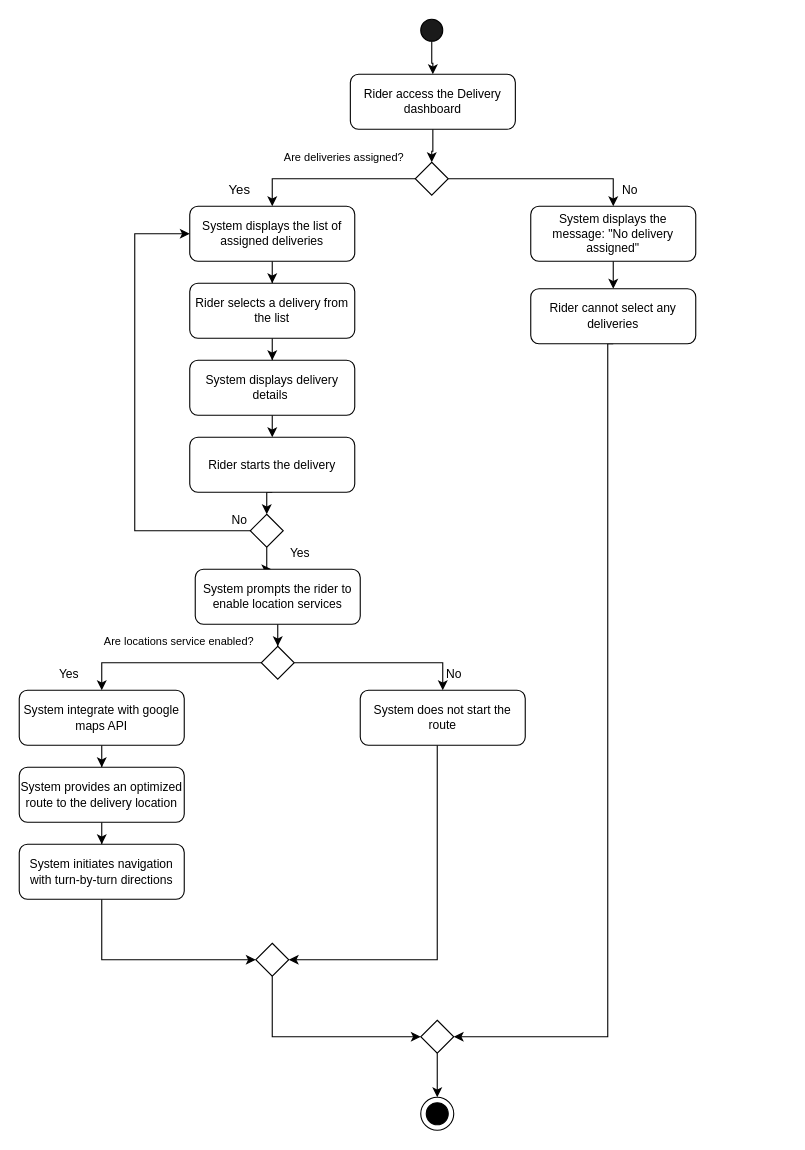
This is Activity Diagram UC-1.drawio from IamSaqibJaved/Diagrams, a draw.io file, before an edit. Source tidied: cells renumbered, new cells numbered last; positions are measured from the earlier drawing's top-left corner, leaving out a move shared by most shapes. Both pictures are drawn from the tidied source at 110%, with x=0, y=0 at pixel (19, 19).
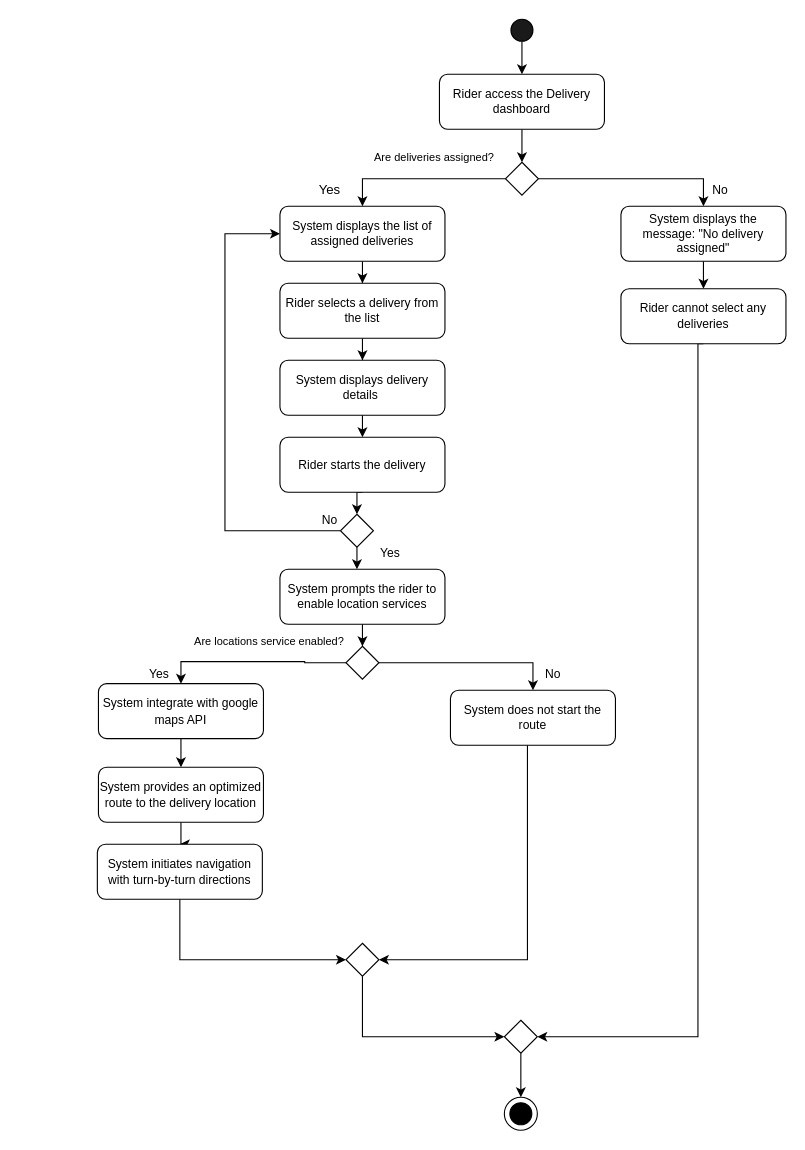
After the change.

What changed in the source:
```diff
@@
+    <mxCell id="51" style="group;" parent="1" vertex="1">
+      <mxGeometry x="71" width="626" height="1010" as="geometry" />
+    </mxCell>
-    <mxCell id="2" style="edgeStyle=orthogonalEdgeStyle;rounded=0;jettySize=auto;html=1;entryX=0.5;entryY=0;entryDx=0;entryDy=0;" parent="1" edge="1" source="3" target="5">
+    <mxCell id="2" style="edgeStyle=orthogonalEdgeStyle;rounded=0;jettySize=auto;html=1;entryX=0.5;entryY=0;entryDx=0;entryDy=0;" parent="51" edge="1" source="3" target="5">
       <mxGeometry relative="1" as="geometry" />
     </mxCell>
-    <mxCell id="3" style="ellipse;whiteSpace=wrap;html=1;fillColor=#1A1A1A;" parent="1" vertex="1">
-      <mxGeometry x="365" width="20" height="20" as="geometry" />
+    <mxCell id="3" style="ellipse;whiteSpace=wrap;html=1;fillColor=#1A1A1A;" parent="51" vertex="1">
+      <mxGeometry x="376" width="20" height="20" as="geometry" />
     </mxCell>
-    <mxCell id="4" style="edgeStyle=orthogonalEdgeStyle;rounded=0;jettySize=auto;html=1;entryX=0.5;entryY=0;entryDx=0;entryDy=0;fontSize=11;" parent="1" edge="1" source="5" target="8">
+    <mxCell id="4" style="edgeStyle=orthogonalEdgeStyle;rounded=0;jettySize=auto;html=1;entryX=0.5;entryY=0;entryDx=0;entryDy=0;fontSize=11;" parent="51" edge="1" source="5" target="8">
       <mxGeometry relative="1" as="geometry" />
     </mxCell>
-    <mxCell id="5" value="&lt;div&gt;&lt;span style=&quot;background-color: initial;&quot;&gt;Rider access the Delivery dashboard&lt;/span&gt;&lt;/div&gt;" style="rounded=1;whiteSpace=wrap;html=1;align=center;fontSize=11;" parent="1" vertex="1">
-      <mxGeometry x="301" y="50" width="150" height="50" as="geometry" />
+    <mxCell id="5" value="&lt;div&gt;&lt;span style=&quot;background-color: initial;&quot;&gt;Rider access the Delivery dashboard&lt;/span&gt;&lt;/div&gt;" style="rounded=1;whiteSpace=wrap;html=1;align=center;fontSize=11;" parent="51" vertex="1">
+      <mxGeometry x="311" y="50" width="150" height="50" as="geometry" />
     </mxCell>
-    <mxCell id="6" style="edgeStyle=orthogonalEdgeStyle;rounded=0;jettySize=auto;html=1;entryX=0.5;entryY=0;entryDx=0;entryDy=0;fontSize=11;" parent="1" edge="1" source="8" target="10">
+    <mxCell id="6" style="edgeStyle=orthogonalEdgeStyle;rounded=0;jettySize=auto;html=1;entryX=0.5;entryY=0;entryDx=0;entryDy=0;fontSize=11;" parent="51" edge="1" source="8" target="10">
       <mxGeometry relative="1" as="geometry" />
     </mxCell>
-    <mxCell id="7" style="edgeStyle=orthogonalEdgeStyle;rounded=0;jettySize=auto;html=1;entryX=0.5;entryY=0;entryDx=0;entryDy=0;fontSize=11;" parent="1" edge="1" source="8" target="12">
+    <mxCell id="7" style="edgeStyle=orthogonalEdgeStyle;rounded=0;jettySize=auto;html=1;entryX=0.5;entryY=0;entryDx=0;entryDy=0;fontSize=11;" parent="51" edge="1" source="8" target="12">
       <mxGeometry relative="1" as="geometry" />
     </mxCell>
-    <mxCell id="8" style="rhombus;whiteSpace=wrap;html=1;fontSize=11;" parent="1" vertex="1">
-      <mxGeometry x="360" y="130" width="30" height="30" as="geometry" />
+    <mxCell id="8" style="rhombus;whiteSpace=wrap;html=1;fontSize=11;" parent="51" vertex="1">
+      <mxGeometry x="371" y="130" width="30" height="30" as="geometry" />
     </mxCell>
-    <mxCell id="9" style="edgeStyle=orthogonalEdgeStyle;rounded=0;jettySize=auto;html=1;entryX=0.5;entryY=0;entryDx=0;entryDy=0;fontSize=11;" parent="1" edge="1" source="10" target="14">
+    <mxCell id="9" style="edgeStyle=orthogonalEdgeStyle;rounded=0;jettySize=auto;html=1;entryX=0.5;entryY=0;entryDx=0;entryDy=0;fontSize=11;" parent="51" edge="1" source="10" target="14">
       <mxGeometry relative="1" as="geometry" />
     </mxCell>
-    <mxCell id="10" value="System displays the message: &quot;No delivery assigned&quot;" style="rounded=1;whiteSpace=wrap;html=1;fontSize=11;" parent="1" vertex="1">
-      <mxGeometry x="465" y="170" width="150" height="50" as="geometry" />
+    <mxCell id="10" value="System displays the message: &quot;No delivery assigned&quot;" style="rounded=1;whiteSpace=wrap;html=1;fontSize=11;" parent="51" vertex="1">
+      <mxGeometry x="476" y="170" width="150" height="50" as="geometry" />
     </mxCell>
-    <mxCell id="11" style="edgeStyle=orthogonalEdgeStyle;rounded=0;jettySize=auto;html=1;fontSize=11;" parent="1" edge="1" source="12" target="16">
+    <mxCell id="11" style="edgeStyle=orthogonalEdgeStyle;rounded=0;jettySize=auto;html=1;fontSize=11;" parent="51" edge="1" source="12" target="16">
       <mxGeometry relative="1" as="geometry" />
     </mxCell>
-    <mxCell id="12" value="System displays the list of assigned deliveries" style="rounded=1;whiteSpace=wrap;html=1;fontSize=11;" parent="1" vertex="1">
-      <mxGeometry x="155" y="170" width="150" height="50" as="geometry" />
+    <mxCell id="12" value="System displays the list of assigned deliveries" style="rounded=1;whiteSpace=wrap;html=1;fontSize=11;" parent="51" vertex="1">
+      <mxGeometry x="166" y="170" width="150" height="50" as="geometry" />
     </mxCell>
-    <mxCell id="13" style="edgeStyle=orthogonalEdgeStyle;rounded=0;jettySize=auto;html=1;entryX=1;entryY=0.5;entryDx=0;entryDy=0;exitX=0.5;exitY=1;exitDx=0;exitDy=0;" parent="1" edge="1" source="14" target="40">
+    <mxCell id="13" style="edgeStyle=orthogonalEdgeStyle;rounded=0;jettySize=auto;html=1;entryX=1;entryY=0.5;entryDx=0;entryDy=0;exitX=0.5;exitY=1;exitDx=0;exitDy=0;" parent="51" edge="1" source="14" target="40">
       <mxGeometry relative="1" as="geometry">
         <Array as="points">
-          <mxPoint x="535" y="925" />
+          <mxPoint x="546" y="925" />
         </Array>
       </mxGeometry>
     </mxCell>
-    <mxCell id="14" value="Rider cannot select any deliveries" style="rounded=1;whiteSpace=wrap;html=1;fontSize=11;" parent="1" vertex="1">
-      <mxGeometry x="465" y="245" width="150" height="50" as="geometry" />
+    <mxCell id="14" value="Rider cannot select any deliveries" style="rounded=1;whiteSpace=wrap;html=1;fontSize=11;" parent="51" vertex="1">
+      <mxGeometry x="476" y="245" width="150" height="50" as="geometry" />
     </mxCell>
-    <mxCell id="15" style="edgeStyle=orthogonalEdgeStyle;rounded=0;jettySize=auto;html=1;fontSize=11;" parent="1" edge="1" source="16" target="18">
+    <mxCell id="15" style="edgeStyle=orthogonalEdgeStyle;rounded=0;jettySize=auto;html=1;fontSize=11;" parent="51" edge="1" source="16" target="18">
       <mxGeometry relative="1" as="geometry" />
     </mxCell>
-    <mxCell id="16" value="Rider selects a delivery from the list" style="whiteSpace=wrap;html=1;rounded=1;fontSize=11;" parent="1" vertex="1">
-      <mxGeometry x="155" y="240" width="150" height="50" as="geometry" />
+    <mxCell id="16" value="Rider selects a delivery from the list" style="whiteSpace=wrap;html=1;rounded=1;fontSize=11;" parent="51" vertex="1">
+      <mxGeometry x="166" y="240" width="150" height="50" as="geometry" />
     </mxCell>
-    <mxCell id="17" style="edgeStyle=orthogonalEdgeStyle;rounded=0;jettySize=auto;html=1;exitX=0.5;exitY=1;exitDx=0;exitDy=0;entryX=0.5;entryY=0;entryDx=0;entryDy=0;fontSize=11;" parent="1" edge="1" source="18" target="20">
+    <mxCell id="17" style="edgeStyle=orthogonalEdgeStyle;rounded=0;jettySize=auto;html=1;exitX=0.5;exitY=1;exitDx=0;exitDy=0;entryX=0.5;entryY=0;entryDx=0;entryDy=0;fontSize=11;" parent="51" edge="1" source="18" target="20">
       <mxGeometry relative="1" as="geometry" />
     </mxCell>
-    <mxCell id="18" value="System displays delivery details&amp;nbsp;" style="whiteSpace=wrap;html=1;rounded=1;fontSize=11;" parent="1" vertex="1">
-      <mxGeometry x="155" y="310" width="150" height="50" as="geometry" />
+    <mxCell id="18" value="System displays delivery details&amp;nbsp;" style="whiteSpace=wrap;html=1;rounded=1;fontSize=11;" parent="51" vertex="1">
+      <mxGeometry x="166" y="310" width="150" height="50" as="geometry" />
     </mxCell>
-    <mxCell id="19" style="edgeStyle=orthogonalEdgeStyle;rounded=0;jettySize=auto;html=1;exitX=0.5;exitY=1;exitDx=0;exitDy=0;entryX=0.5;entryY=0;entryDx=0;entryDy=0;fontSize=11;" parent="1" edge="1" source="20" target="22">
+    <mxCell id="19" style="edgeStyle=orthogonalEdgeStyle;rounded=0;jettySize=auto;html=1;exitX=0.5;exitY=1;exitDx=0;exitDy=0;entryX=0.5;entryY=0;entryDx=0;entryDy=0;fontSize=11;" parent="51" edge="1" source="20" target="22">
       <mxGeometry relative="1" as="geometry" />
     </mxCell>
-    <mxCell id="20" value="Rider starts the delivery" style="whiteSpace=wrap;html=1;rounded=1;fontSize=11;" parent="1" vertex="1">
-      <mxGeometry x="155" y="380" width="150" height="50" as="geometry" />
+    <mxCell id="20" value="Rider starts the delivery" style="whiteSpace=wrap;html=1;rounded=1;fontSize=11;" parent="51" vertex="1">
+      <mxGeometry x="166" y="380" width="150" height="50" as="geometry" />
     </mxCell>
-    <mxCell id="21" style="edgeStyle=orthogonalEdgeStyle;rounded=0;jettySize=auto;html=1;entryX=0;entryY=0.5;entryDx=0;entryDy=0;" parent="1" edge="1" source="22" target="12">
+    <mxCell id="21" style="edgeStyle=orthogonalEdgeStyle;rounded=0;jettySize=auto;html=1;entryX=0;entryY=0.5;entryDx=0;entryDy=0;" parent="51" edge="1" source="22" target="12">
       <mxGeometry relative="1" as="geometry">
         <Array as="points">
-          <mxPoint x="105" y="465" />
-          <mxPoint x="105" y="195" />
+          <mxPoint x="116" y="465" />
+          <mxPoint x="116" y="195" />
         </Array>
       </mxGeometry>
     </mxCell>
-    <mxCell id="22" style="rhombus;whiteSpace=wrap;html=1;fontSize=11;" parent="1" vertex="1">
-      <mxGeometry x="210" y="450" width="30" height="30" as="geometry" />
+    <mxCell id="22" style="rhombus;whiteSpace=wrap;html=1;fontSize=11;" parent="51" vertex="1">
+      <mxGeometry x="221" y="450" width="30" height="30" as="geometry" />
     </mxCell>
-    <mxCell id="23" style="edgeStyle=orthogonalEdgeStyle;rounded=0;jettySize=auto;html=1;entryX=0.461;entryY=0.013;entryDx=0;entryDy=0;entryPerimeter=0;fontSize=11;" parent="1" edge="1" source="22" target="25">
+    <mxCell id="23" style="edgeStyle=orthogonalEdgeStyle;rounded=0;jettySize=auto;html=1;entryX=0.461;entryY=0.013;entryDx=0;entryDy=0;entryPerimeter=0;fontSize=11;" parent="51" edge="1" source="22" target="25">
       <mxGeometry relative="1" as="geometry" />
     </mxCell>
-    <mxCell id="24" style="edgeStyle=orthogonalEdgeStyle;rounded=0;jettySize=auto;html=1;entryX=0.5;entryY=0;entryDx=0;entryDy=0;" parent="1" edge="1" source="25" target="28">
+    <mxCell id="24" style="edgeStyle=orthogonalEdgeStyle;rounded=0;jettySize=auto;html=1;entryX=0.5;entryY=0;entryDx=0;entryDy=0;" parent="51" edge="1" source="25" target="28">
       <mxGeometry relative="1" as="geometry" />
     </mxCell>
-    <mxCell id="25" value="System prompts the rider to enable location services" style="whiteSpace=wrap;html=1;rounded=1;fontSize=11;" parent="1" vertex="1">
-      <mxGeometry x="160" y="500" width="150" height="50" as="geometry" />
+    <mxCell id="25" value="System prompts the rider to enable location services" style="whiteSpace=wrap;html=1;rounded=1;fontSize=11;" parent="51" vertex="1">
+      <mxGeometry x="166" y="500" width="150" height="50" as="geometry" />
     </mxCell>
-    <mxCell id="26" style="edgeStyle=orthogonalEdgeStyle;rounded=0;jettySize=auto;html=1;entryX=0.5;entryY=0;entryDx=0;entryDy=0;fontSize=11;" parent="1" edge="1" source="28" target="30">
+    <mxCell id="26" style="edgeStyle=orthogonalEdgeStyle;rounded=0;jettySize=auto;html=1;entryX=0.5;entryY=0;entryDx=0;entryDy=0;fontSize=11;" parent="51" edge="1" source="28" target="30">
       <mxGeometry relative="1" as="geometry" />
     </mxCell>
-    <mxCell id="27" style="edgeStyle=orthogonalEdgeStyle;rounded=0;jettySize=auto;html=1;entryX=0.5;entryY=0;entryDx=0;entryDy=0;" parent="1" edge="1" source="28" target="32">
+    <mxCell id="27" style="edgeStyle=orthogonalEdgeStyle;rounded=0;jettySize=auto;html=1;entryX=0.5;entryY=0;entryDx=0;entryDy=0;" parent="51" edge="1" source="28" target="32">
       <mxGeometry relative="1" as="geometry" />
     </mxCell>
-    <mxCell id="28" style="rhombus;whiteSpace=wrap;html=1;fontSize=11;" parent="1" vertex="1">
-      <mxGeometry x="220" y="570" width="30" height="30" as="geometry" />
+    <mxCell id="28" style="rhombus;whiteSpace=wrap;html=1;fontSize=11;" parent="51" vertex="1">
+      <mxGeometry x="226" y="570" width="30" height="30" as="geometry" />
     </mxCell>
-    <mxCell id="29" style="edgeStyle=orthogonalEdgeStyle;rounded=0;jettySize=auto;html=1;entryX=1;entryY=0.5;entryDx=0;entryDy=0;" parent="1" edge="1" source="30" target="38">
+    <mxCell id="29" style="edgeStyle=orthogonalEdgeStyle;rounded=0;jettySize=auto;html=1;entryX=1;entryY=0.5;entryDx=0;entryDy=0;" parent="51" edge="1" source="30" target="38">
       <mxGeometry relative="1" as="geometry">
         <Array as="points">
-          <mxPoint x="380" y="855" />
+          <mxPoint x="391" y="855" />
         </Array>
       </mxGeometry>
     </mxCell>
-    <mxCell id="30" value="System does not start the route" style="rounded=1;whiteSpace=wrap;html=1;fontSize=11;" parent="1" vertex="1">
-      <mxGeometry x="310" y="610" width="150" height="50" as="geometry" />
+    <mxCell id="30" value="System does not start the route" style="rounded=1;whiteSpace=wrap;html=1;fontSize=11;" parent="51" vertex="1">
+      <mxGeometry x="321" y="610" width="150" height="50" as="geometry" />
     </mxCell>
-    <mxCell id="31" style="edgeStyle=orthogonalEdgeStyle;rounded=0;jettySize=auto;html=1;fontSize=11;" parent="1" edge="1" source="32" target="34">
+    <mxCell id="31" style="edgeStyle=orthogonalEdgeStyle;rounded=0;jettySize=auto;html=1;fontSize=11;" parent="51" edge="1" source="32" target="34">
       <mxGeometry relative="1" as="geometry" />
     </mxCell>
-    <mxCell id="32" value="&lt;font style=&quot;font-size: 11px;&quot;&gt;System integrate with google maps API&lt;/font&gt;" style="rounded=1;whiteSpace=wrap;html=1;" parent="1" vertex="1">
-      <mxGeometry y="610" width="150" height="50" as="geometry" />
+    <mxCell id="32" value="&lt;font style=&quot;font-size: 11px;&quot;&gt;System integrate with google maps API&lt;/font&gt;" style="rounded=1;whiteSpace=wrap;html=1;" parent="51" vertex="1">
+      <mxGeometry x="1" y="604" width="150" height="50" as="geometry" />
     </mxCell>
-    <mxCell id="33" style="edgeStyle=orthogonalEdgeStyle;rounded=0;jettySize=auto;html=1;fontSize=11;" parent="1" edge="1" source="34" target="36">
+    <mxCell id="33" style="edgeStyle=orthogonalEdgeStyle;rounded=0;jettySize=auto;html=1;fontSize=11;" parent="51" edge="1" source="34" target="36">
       <mxGeometry relative="1" as="geometry" />
     </mxCell>
-    <mxCell id="34" value="&lt;font style=&quot;font-size: 11px;&quot;&gt;System provides an optimized route to the&amp;nbsp;&lt;/font&gt;&lt;span style=&quot;font-size: 11px; background-color: initial;&quot;&gt;delivery location&lt;/span&gt;" style="whiteSpace=wrap;html=1;rounded=1;" parent="1" vertex="1">
-      <mxGeometry y="680" width="150" height="50" as="geometry" />
+    <mxCell id="34" value="&lt;font style=&quot;font-size: 11px;&quot;&gt;System provides an optimized route to the&amp;nbsp;&lt;/font&gt;&lt;span style=&quot;font-size: 11px; background-color: initial;&quot;&gt;delivery location&lt;/span&gt;" style="whiteSpace=wrap;html=1;rounded=1;" parent="51" vertex="1">
+      <mxGeometry x="1" y="680" width="150" height="50" as="geometry" />
     </mxCell>
-    <mxCell id="35" style="edgeStyle=orthogonalEdgeStyle;rounded=0;jettySize=auto;html=1;entryX=0;entryY=0.5;entryDx=0;entryDy=0;exitX=0.5;exitY=1;exitDx=0;exitDy=0;" parent="1" edge="1" source="36" target="38">
+    <mxCell id="35" style="edgeStyle=orthogonalEdgeStyle;rounded=0;jettySize=auto;html=1;entryX=0;entryY=0.5;entryDx=0;entryDy=0;exitX=0.5;exitY=1;exitDx=0;exitDy=0;" parent="51" edge="1" source="36" target="38">
       <mxGeometry relative="1" as="geometry" />
     </mxCell>
-    <mxCell id="36" value="&lt;font style=&quot;font-size: 11px;&quot;&gt;System initiates navigation with turn-by-turn directions&lt;/font&gt;" style="whiteSpace=wrap;html=1;rounded=1;" parent="1" vertex="1">
+    <mxCell id="36" value="&lt;font style=&quot;font-size: 11px;&quot;&gt;System initiates navigation with turn-by-turn directions&lt;/font&gt;" style="whiteSpace=wrap;html=1;rounded=1;" parent="51" vertex="1">
       <mxGeometry y="750" width="150" height="50" as="geometry" />
     </mxCell>
-    <mxCell id="37" style="edgeStyle=orthogonalEdgeStyle;rounded=0;jettySize=auto;html=1;entryX=0;entryY=0.5;entryDx=0;entryDy=0;" parent="1" edge="1" source="38" target="40">
+    <mxCell id="37" style="edgeStyle=orthogonalEdgeStyle;rounded=0;jettySize=auto;html=1;entryX=0;entryY=0.5;entryDx=0;entryDy=0;" parent="51" edge="1" source="38" target="40">
       <mxGeometry relative="1" as="geometry">
         <Array as="points">
-          <mxPoint x="230" y="925" />
+          <mxPoint x="241" y="925" />
         </Array>
       </mxGeometry>
     </mxCell>
-    <mxCell id="38" style="rhombus;whiteSpace=wrap;html=1;" parent="1" vertex="1">
-      <mxGeometry x="215" y="840" width="30" height="30" as="geometry" />
+    <mxCell id="38" style="rhombus;whiteSpace=wrap;html=1;" parent="51" vertex="1">
+      <mxGeometry x="226" y="840" width="30" height="30" as="geometry" />
     </mxCell>
-    <mxCell id="39" style="edgeStyle=orthogonalEdgeStyle;rounded=0;jettySize=auto;html=1;" parent="1" edge="1" source="40" target="41">
+    <mxCell id="39" style="edgeStyle=orthogonalEdgeStyle;rounded=0;jettySize=auto;html=1;" parent="51" edge="1" source="40" target="41">
       <mxGeometry relative="1" as="geometry">
         <Array as="points">
-          <mxPoint x="380" y="985" />
+          <mxPoint x="391" y="985" />
         </Array>
       </mxGeometry>
     </mxCell>
-    <mxCell id="40" style="rhombus;whiteSpace=wrap;html=1;" parent="1" vertex="1">
-      <mxGeometry x="365" y="910" width="30" height="30" as="geometry" />
+    <mxCell id="40" style="rhombus;whiteSpace=wrap;html=1;" parent="51" vertex="1">
+      <mxGeometry x="370" y="910" width="30" height="30" as="geometry" />
     </mxCell>
-    <mxCell id="41" style="ellipse;whiteSpace=wrap;html=1;" parent="1" vertex="1">
-      <mxGeometry x="365" y="980" width="30" height="30" as="geometry" />
-    </mxCell>
-    <mxCell id="42" style="ellipse;whiteSpace=wrap;html=1;fillColor=#000000;" parent="1" vertex="1">
-      <mxGeometry x="370" y="985" width="20" height="20" as="geometry" />
-    </mxCell>
-    <mxCell id="43" value="Are deliveries assigned?" style="text;html=1;align=center;verticalAlign=middle;strokeColor=none;fillColor=none;fontSize=10;" parent="1" vertex="1">
-      <mxGeometry x="230" y="110" width="130" height="30" as="geometry" />
+    <mxCell id="43" value="Are deliveries assigned?" style="text;html=1;align=center;verticalAlign=middle;strokeColor=none;fillColor=none;fontSize=10;" parent="51" vertex="1">
+      <mxGeometry x="241" y="110" width="130" height="30" as="geometry" />
     </mxCell>
-    <mxCell id="44" value="Yes" style="text;html=1;align=center;verticalAlign=middle;strokeColor=none;fillColor=none;" parent="1" vertex="1">
-      <mxGeometry x="180" y="140" width="40" height="30" as="geometry" />
+    <mxCell id="44" value="Yes" style="text;html=1;align=center;verticalAlign=middle;strokeColor=none;fillColor=none;" parent="51" vertex="1">
+      <mxGeometry x="191" y="140" width="40" height="30" as="geometry" />
     </mxCell>
-    <mxCell id="45" value="No" style="text;html=1;align=center;verticalAlign=middle;strokeColor=none;fillColor=none;fontSize=11;" parent="1" vertex="1">
-      <mxGeometry x="535" y="140" width="40" height="30" as="geometry" />
+    <mxCell id="45" value="No" style="text;html=1;align=center;verticalAlign=middle;strokeColor=none;fillColor=none;fontSize=11;" parent="51" vertex="1">
+      <mxGeometry x="546" y="140" width="40" height="30" as="geometry" />
     </mxCell>
-    <mxCell id="46" value="Yes" style="text;html=1;align=center;verticalAlign=middle;strokeColor=none;fillColor=none;fontSize=11;" parent="1" vertex="1">
-      <mxGeometry x="235" y="470" width="40" height="30" as="geometry" />
+    <mxCell id="46" value="Yes" style="text;html=1;align=center;verticalAlign=middle;strokeColor=none;fillColor=none;fontSize=11;" parent="51" vertex="1">
+      <mxGeometry x="246" y="470" width="40" height="30" as="geometry" />
     </mxCell>
-    <mxCell id="47" value="No" style="text;html=1;align=center;verticalAlign=middle;strokeColor=none;fillColor=none;fontSize=11;" parent="1" vertex="1">
-      <mxGeometry x="180" y="440" width="40" height="30" as="geometry" />
+    <mxCell id="47" value="No" style="text;html=1;align=center;verticalAlign=middle;strokeColor=none;fillColor=none;fontSize=11;" parent="51" vertex="1">
+      <mxGeometry x="191" y="440" width="40" height="30" as="geometry" />
     </mxCell>
-    <mxCell id="48" value="Are locations service enabled?" style="text;html=1;align=center;verticalAlign=middle;strokeColor=none;fillColor=none;fontSize=10;" parent="1" vertex="1">
-      <mxGeometry x="65" y="550" width="160" height="30" as="geometry" />
+    <mxCell id="48" value="Are locations service enabled?" style="text;html=1;align=center;verticalAlign=middle;strokeColor=none;fillColor=none;fontSize=10;" parent="51" vertex="1">
+      <mxGeometry x="76" y="550" width="160" height="30" as="geometry" />
     </mxCell>
-    <mxCell id="49" value="Yes" style="text;html=1;align=center;verticalAlign=middle;strokeColor=none;fillColor=none;fontSize=11;" parent="1" vertex="1">
-      <mxGeometry x="25" y="580" width="40" height="30" as="geometry" />
+    <mxCell id="49" value="Yes" style="text;html=1;align=center;verticalAlign=middle;strokeColor=none;fillColor=none;fontSize=11;" parent="51" vertex="1">
+      <mxGeometry x="36" y="580" width="40" height="30" as="geometry" />
     </mxCell>
-    <mxCell id="50" value="No" style="text;html=1;align=center;verticalAlign=middle;strokeColor=none;fillColor=none;fontSize=11;" parent="1" vertex="1">
-      <mxGeometry x="375" y="580" width="40" height="30" as="geometry" />
+    <mxCell id="50" value="No" style="text;html=1;align=center;verticalAlign=middle;strokeColor=none;fillColor=none;fontSize=11;" parent="51" vertex="1">
+      <mxGeometry x="394" y="580" width="40" height="30" as="geometry" />
     </mxCell>
+    <mxCell id="52" style="group;" parent="51" vertex="1">
+      <mxGeometry x="370" y="980" width="30" height="30" as="geometry" />
+    </mxCell>
+    <mxCell id="41" style="ellipse;whiteSpace=wrap;html=1;" parent="52" vertex="1">
+      <mxGeometry width="30" height="30" as="geometry" />
+    </mxCell>
+    <mxCell id="42" style="ellipse;whiteSpace=wrap;html=1;fillColor=#000000;" parent="52" vertex="1">
+      <mxGeometry x="5" y="5" width="20" height="20" as="geometry" />
+    </mxCell>
```
